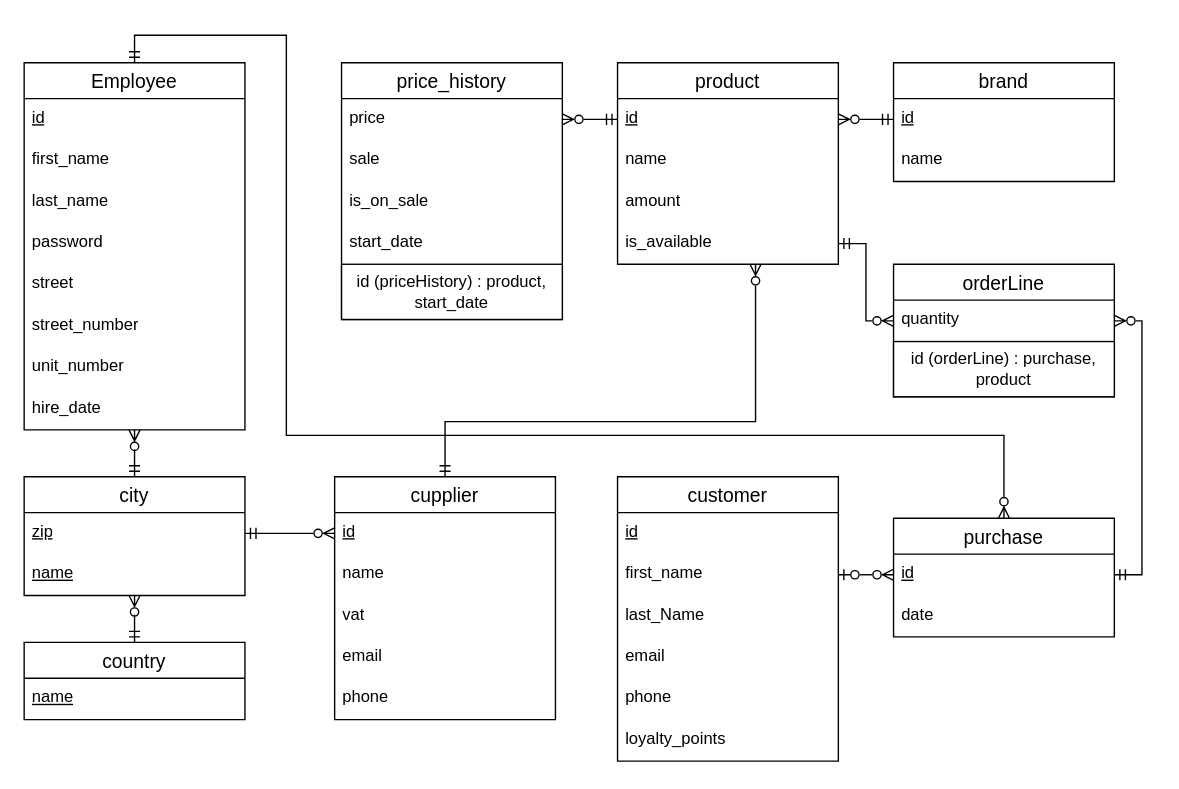
Earlier version of the draw.io diagram docs/DB/DB.drawio (maxoux53/petit-bazar). Source tidied: cells renumbered, new cells numbered last; positions are measured from the earlier drawing's top-left corner, leaving out a move shared by most shapes. Both pictures are drawn from the tidied source at 138%, with x=0, y=0 at pixel (23, 34).
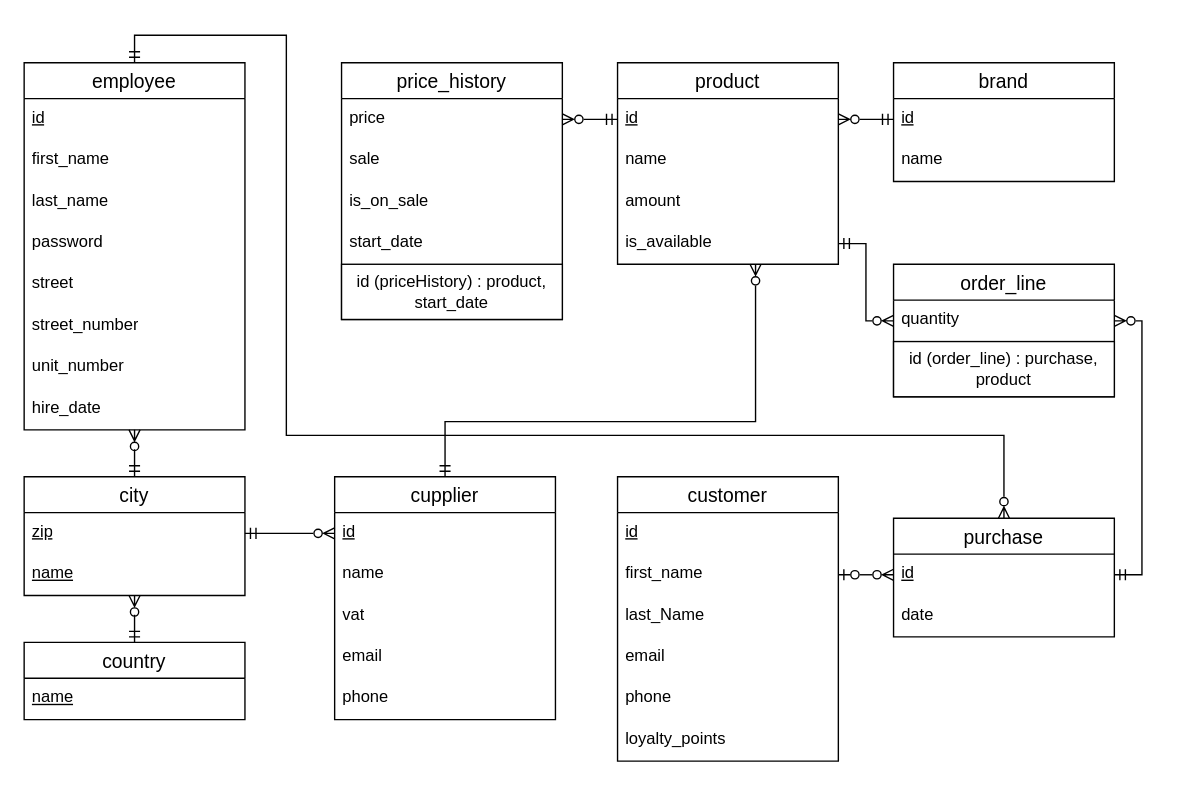
After the change.

What changed in the source:
```diff
@@
-    <mxCell id="3" value="Employee" style="swimlane;fontStyle=0;horizontal=1;startSize=26;align=center;fontSize=14;" parent="1" vertex="1">
+    <mxCell id="3" value="employee" style="swimlane;fontStyle=0;horizontal=1;startSize=26;align=center;fontSize=14;" parent="1" vertex="1">
       <mxGeometry y="20" width="160" height="266" as="geometry" />
     </mxCell>
@@
-    <mxCell id="49" value="orderLine" style="swimlane;fontStyle=0;horizontal=1;startSize=26;align=center;fontSize=14;" parent="1" vertex="1">
+    <mxCell id="49" value="order_line" style="swimlane;fontStyle=0;horizontal=1;startSize=26;align=center;fontSize=14;" parent="1" vertex="1">
       <mxGeometry x="630" y="166" width="160" height="96" as="geometry" />
     </mxCell>
@@
-    <mxCell id="51" value="id (orderLine) : purchase, product" style="whiteSpace=wrap;html=1;align=center;" parent="49" vertex="1">
+    <mxCell id="51" value="id (order_line) : purchase, product" style="whiteSpace=wrap;html=1;align=center;" parent="49" vertex="1">
       <mxGeometry y="56" width="160" height="40" as="geometry" />
     </mxCell>
```
